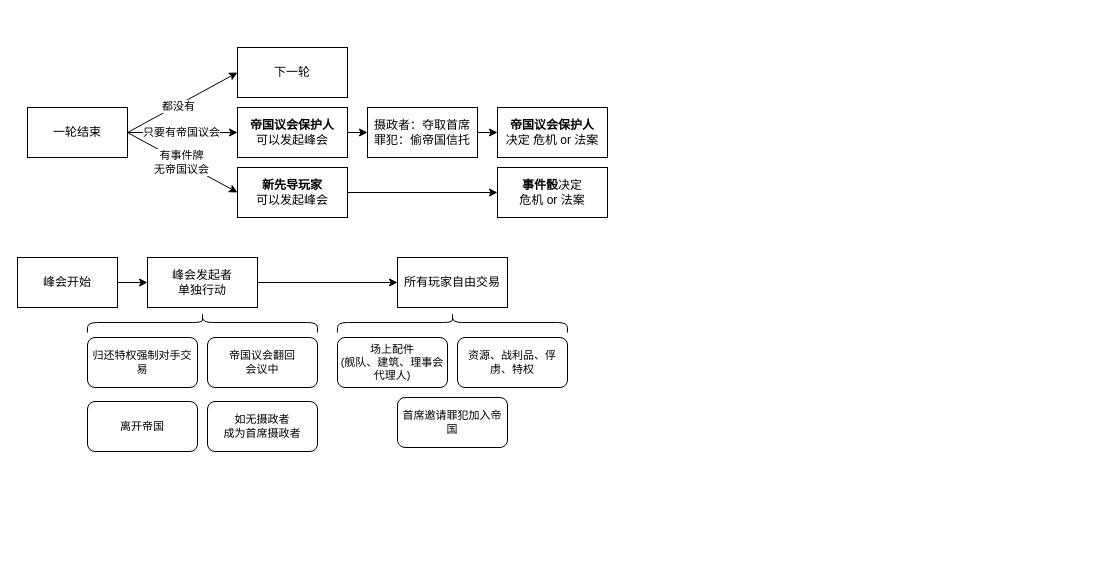
This is Arcs_CC.drawio from Ubinya/project_ax, a draw.io file, before an edit. Source tidied: cells renumbered, new cells numbered last; positions are measured from the earlier drawing's top-left corner, leaving out a move shared by most shapes. Both pictures are drawn from the tidied source at 100%, with x=0, y=0 at pixel (17, 47).
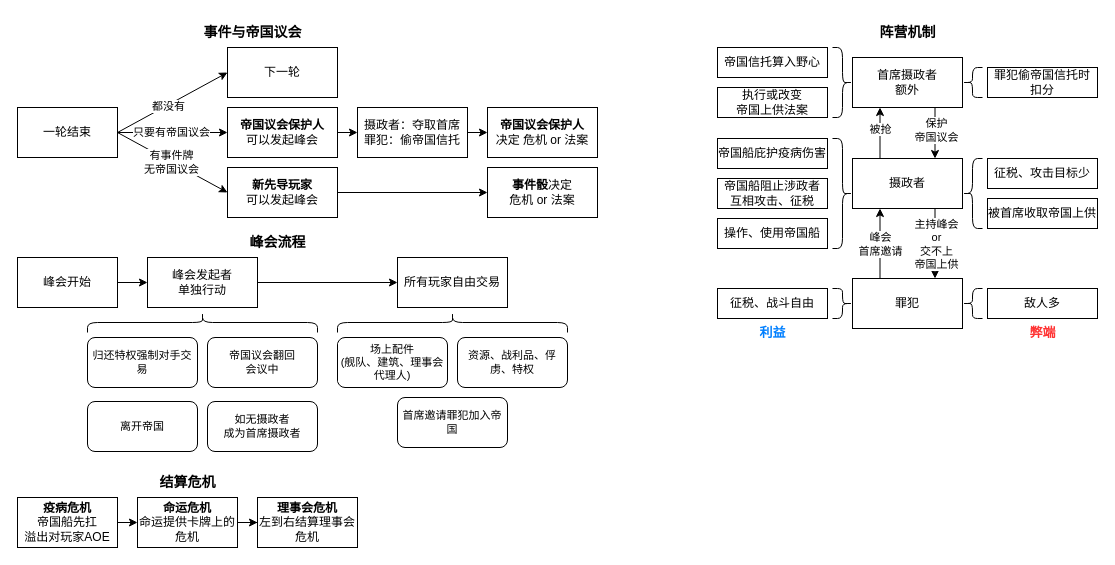
Above is the later version.

Change to the diagram source:
```diff
@@
     <mxCell id="6" value="一轮结束" style="whiteSpace=wrap;html=1;" parent="1" vertex="1">
-      <mxGeometry x="10" y="60" width="100" height="50" as="geometry" />
+      <mxGeometry y="60" width="100" height="50" as="geometry" />
     </mxCell>
     <mxCell id="7" value="下一轮" style="whiteSpace=wrap;html=1;" parent="1" vertex="1">
-      <mxGeometry x="220" width="110" height="50" as="geometry" />
+      <mxGeometry x="210" width="110" height="50" as="geometry" />
     </mxCell>
@@
     <mxCell id="11" value="&lt;b&gt;新先导玩家&lt;/b&gt;&lt;div&gt;可以发起峰会&lt;/div&gt;" style="whiteSpace=wrap;html=1;" parent="1" vertex="1">
-      <mxGeometry x="220" y="120" width="110" height="50" as="geometry" />
+      <mxGeometry x="210" y="120" width="110" height="50" as="geometry" />
     </mxCell>
     <mxCell id="12" value="&lt;b&gt;事件骰&lt;/b&gt;决定&lt;div&gt;危机 or 法案&lt;/div&gt;" style="whiteSpace=wrap;html=1;" parent="1" vertex="1">
-      <mxGeometry x="480" y="120" width="110" height="50" as="geometry" />
+      <mxGeometry x="470" y="120" width="110" height="50" as="geometry" />
     </mxCell>
@@
     <mxCell id="14" value="&lt;b&gt;帝国议会保护人&lt;/b&gt;&lt;div&gt;可以发起峰会&lt;/div&gt;" style="whiteSpace=wrap;html=1;" parent="1" vertex="1">
-      <mxGeometry x="220" y="60" width="110" height="50" as="geometry" />
+      <mxGeometry x="210" y="60" width="110" height="50" as="geometry" />
     </mxCell>
     <mxCell id="15" value="&lt;b&gt;帝国议会保护人&lt;/b&gt;&lt;div&gt;决定 危机 or 法案&lt;/div&gt;" style="whiteSpace=wrap;html=1;" parent="1" vertex="1">
-      <mxGeometry x="480" y="60" width="110" height="50" as="geometry" />
+      <mxGeometry x="470" y="60" width="110" height="50" as="geometry" />
     </mxCell>
@@
     <mxCell id="17" value="摄政者：夺取首席&lt;div&gt;罪犯：偷帝国信托&lt;/div&gt;" style="whiteSpace=wrap;html=1;" parent="1" vertex="1">
-      <mxGeometry x="350" y="60" width="110" height="50" as="geometry" />
+      <mxGeometry x="340" y="60" width="110" height="50" as="geometry" />
     </mxCell>
@@
+    <mxCell id="32" value="峰会流程" style="text;html=1;align=center;verticalAlign=middle;strokeColor=none;fillColor=none;fontSize=14;fontStyle=1;" parent="1" vertex="1">
+      <mxGeometry x="220" y="180" width="80" height="30" as="geometry" />
+    </mxCell>
+    <mxCell id="33" value="事件与帝国议会" style="text;html=1;align=center;verticalAlign=middle;strokeColor=none;fillColor=none;fontSize=14;fontStyle=1;" parent="1" vertex="1">
+      <mxGeometry x="175" y="-30" width="120" height="30" as="geometry" />
+    </mxCell>
+    <mxCell id="34" value="阵营机制" style="text;html=1;align=center;verticalAlign=middle;strokeColor=none;fillColor=none;fontSize=14;fontStyle=1;" parent="1" vertex="1">
+      <mxGeometry x="850" y="-30" width="80" height="30" as="geometry" />
+    </mxCell>
+    <mxCell id="35" style="edgeStyle=orthogonalEdgeStyle;rounded=0;jettySize=auto;html=1;exitX=0.75;exitY=1;exitDx=0;exitDy=0;entryX=0.75;entryY=0;entryDx=0;entryDy=0;" parent="1" edge="1" source="39" target="50">
+      <mxGeometry relative="1" as="geometry" />
+    </mxCell>
+    <mxCell id="36" value="主持峰会&lt;div&gt;or&lt;/div&gt;&lt;div&gt;交不上&lt;/div&gt;&lt;div&gt;帝国上供&lt;/div&gt;" style="edgeLabel;html=1;align=center;verticalAlign=middle;" parent="35" vertex="1">
+      <mxGeometry x="-0.26" y="1" relative="1" as="geometry">
+        <mxPoint y="9" as="offset" />
+      </mxGeometry>
+    </mxCell>
+    <mxCell id="37" style="edgeStyle=orthogonalEdgeStyle;rounded=0;jettySize=auto;html=1;exitX=0.25;exitY=0;exitDx=0;exitDy=0;entryX=0.25;entryY=1;entryDx=0;entryDy=0;" parent="1" edge="1" source="39" target="46">
+      <mxGeometry relative="1" as="geometry" />
+    </mxCell>
+    <mxCell id="38" value="被抢" style="edgeLabel;html=1;align=center;verticalAlign=middle;" parent="37" vertex="1">
+      <mxGeometry x="0.17" relative="1" as="geometry" />
+    </mxCell>
+    <mxCell id="39" value="摄政者" style="whiteSpace=wrap;html=1;" parent="1" vertex="1">
+      <mxGeometry x="835" y="111" width="110" height="50" as="geometry" />
+    </mxCell>
+    <mxCell id="40" value="利益" style="text;html=1;align=center;verticalAlign=middle;strokeColor=none;fillColor=none;fontSize=13;fontColor=#007FFF;fontStyle=1;" parent="1" vertex="1">
+      <mxGeometry x="730" y="270" width="50" height="30" as="geometry" />
+    </mxCell>
+    <mxCell id="41" value="弊端" style="text;html=1;align=center;verticalAlign=middle;strokeColor=none;fillColor=none;fontSize=13;fontColor=#FF3333;fontStyle=1;" parent="1" vertex="1">
+      <mxGeometry x="1000" y="270" width="50" height="30" as="geometry" />
+    </mxCell>
+    <mxCell id="42" value="帝国船庇护疫病伤害" style="whiteSpace=wrap;html=1;" parent="1" vertex="1">
+      <mxGeometry x="700" y="91" width="110" height="30" as="geometry" />
+    </mxCell>
+    <mxCell id="43" value="帝国船阻止涉政者&lt;div&gt;互相攻击、征税&lt;/div&gt;" style="whiteSpace=wrap;html=1;" parent="1" vertex="1">
+      <mxGeometry x="700" y="131" width="110" height="30" as="geometry" />
+    </mxCell>
+    <mxCell id="44" style="edgeStyle=orthogonalEdgeStyle;rounded=0;jettySize=auto;html=1;exitX=0.75;exitY=1;exitDx=0;exitDy=0;entryX=0.75;entryY=0;entryDx=0;entryDy=0;" parent="1" edge="1" source="46" target="39">
+      <mxGeometry relative="1" as="geometry" />
+    </mxCell>
+    <mxCell id="45" value="保护&lt;div&gt;帝国议会&lt;/div&gt;" style="edgeLabel;html=1;align=center;verticalAlign=middle;" parent="44" vertex="1">
+      <mxGeometry x="-0.15" y="1" relative="1" as="geometry" />
+    </mxCell>
+    <mxCell id="46" value="首席摄政者&lt;div&gt;额外&lt;/div&gt;" style="whiteSpace=wrap;html=1;" parent="1" vertex="1">
+      <mxGeometry x="835" y="10" width="110" height="50" as="geometry" />
+    </mxCell>
+    <mxCell id="47" value="征税、攻击目标少" style="whiteSpace=wrap;html=1;" parent="1" vertex="1">
+      <mxGeometry x="970" y="111" width="110" height="30" as="geometry" />
+    </mxCell>
+    <mxCell id="48" style="edgeStyle=orthogonalEdgeStyle;rounded=0;jettySize=auto;html=1;exitX=0.25;exitY=0;exitDx=0;exitDy=0;entryX=0.25;entryY=1;entryDx=0;entryDy=0;" parent="1" edge="1" source="50" target="39">
+      <mxGeometry relative="1" as="geometry" />
+    </mxCell>
+    <mxCell id="49" value="峰会&lt;div&gt;首席邀请&lt;/div&gt;" style="edgeLabel;html=1;align=center;verticalAlign=middle;" parent="48" vertex="1">
+      <mxGeometry x="-0.06" relative="1" as="geometry">
+        <mxPoint y="-2" as="offset" />
+      </mxGeometry>
+    </mxCell>
+    <mxCell id="50" value="罪犯" style="whiteSpace=wrap;html=1;" parent="1" vertex="1">
+      <mxGeometry x="835" y="231" width="110" height="50" as="geometry" />
+    </mxCell>
+    <mxCell id="51" value="敌人多" style="whiteSpace=wrap;html=1;" parent="1" vertex="1">
+      <mxGeometry x="970" y="241" width="110" height="30" as="geometry" />
+    </mxCell>
+    <mxCell id="52" value="操作、使用帝国船" style="whiteSpace=wrap;html=1;" parent="1" vertex="1">
+      <mxGeometry x="700" y="171" width="110" height="30" as="geometry" />
+    </mxCell>
+    <mxCell id="53" value="征税、战斗自由" style="whiteSpace=wrap;html=1;" parent="1" vertex="1">
+      <mxGeometry x="700" y="241" width="110" height="30" as="geometry" />
+    </mxCell>
+    <mxCell id="54" value="帝国信托算入野心" style="whiteSpace=wrap;html=1;" parent="1" vertex="1">
+      <mxGeometry x="700" width="110" height="30" as="geometry" />
+    </mxCell>
+    <mxCell id="55" value="执行或改变&lt;div&gt;帝国上供法案&lt;/div&gt;" style="whiteSpace=wrap;html=1;" parent="1" vertex="1">
+      <mxGeometry x="700" y="40" width="110" height="30" as="geometry" />
+    </mxCell>
+    <mxCell id="56" style="shape=curlyBracket;whiteSpace=wrap;html=1;rounded=1;labelPosition=left;verticalLabelPosition=middle;align=right;verticalAlign=middle;fontFamily=Helvetica;fontSize=11;fontColor=default;labelBackgroundColor=default;rotation=-180;" parent="1" vertex="1">
+      <mxGeometry x="815" width="20" height="70" as="geometry" />
+    </mxCell>
+    <mxCell id="57" style="shape=curlyBracket;whiteSpace=wrap;html=1;rounded=1;labelPosition=left;verticalLabelPosition=middle;align=right;verticalAlign=middle;fontFamily=Helvetica;fontSize=11;fontColor=default;labelBackgroundColor=default;rotation=-180;" parent="1" vertex="1">
+      <mxGeometry x="815" y="91" width="20" height="110" as="geometry" />
+    </mxCell>
+    <mxCell id="58" value="被首席收取帝国上供" style="whiteSpace=wrap;html=1;" parent="1" vertex="1">
+      <mxGeometry x="970" y="151" width="110" height="30" as="geometry" />
+    </mxCell>
+    <mxCell id="59" style="shape=curlyBracket;whiteSpace=wrap;html=1;rounded=1;labelPosition=left;verticalLabelPosition=middle;align=right;verticalAlign=middle;fontFamily=Helvetica;fontSize=11;fontColor=default;labelBackgroundColor=default;rotation=0;" parent="1" vertex="1">
+      <mxGeometry x="945" y="111" width="20" height="70" as="geometry" />
+    </mxCell>
+    <mxCell id="60" style="shape=curlyBracket;whiteSpace=wrap;html=1;rounded=1;labelPosition=left;verticalLabelPosition=middle;align=right;verticalAlign=middle;fontFamily=Helvetica;fontSize=11;fontColor=default;labelBackgroundColor=default;rotation=0;" parent="1" vertex="1">
+      <mxGeometry x="945" y="241" width="20" height="30" as="geometry" />
+    </mxCell>
+    <mxCell id="61" style="shape=curlyBracket;whiteSpace=wrap;html=1;rounded=1;labelPosition=left;verticalLabelPosition=middle;align=right;verticalAlign=middle;fontFamily=Helvetica;fontSize=11;fontColor=default;labelBackgroundColor=default;rotation=-180;" parent="1" vertex="1">
+      <mxGeometry x="815" y="241" width="20" height="30" as="geometry" />
+    </mxCell>
+    <mxCell id="62" style="shape=curlyBracket;whiteSpace=wrap;html=1;rounded=1;labelPosition=left;verticalLabelPosition=middle;align=right;verticalAlign=middle;fontFamily=Helvetica;fontSize=11;fontColor=default;labelBackgroundColor=default;rotation=0;" parent="1" vertex="1">
+      <mxGeometry x="945" y="20" width="20" height="30" as="geometry" />
+    </mxCell>
+    <mxCell id="63" value="罪犯偷帝国信托时&lt;div&gt;扣分&lt;/div&gt;" style="whiteSpace=wrap;html=1;" parent="1" vertex="1">
+      <mxGeometry x="970" y="20" width="110" height="30" as="geometry" />
+    </mxCell>
+    <mxCell id="64" value="结算危机" style="text;html=1;align=center;verticalAlign=middle;strokeColor=none;fillColor=none;fontSize=14;fontStyle=1;" parent="1" vertex="1">
+      <mxGeometry x="130" y="420" width="80" height="30" as="geometry" />
+    </mxCell>
+    <mxCell id="65" style="edgeStyle=orthogonalEdgeStyle;rounded=0;jettySize=auto;html=1;exitX=1;exitY=0.5;exitDx=0;exitDy=0;entryX=0;entryY=0.5;entryDx=0;entryDy=0;" parent="1" edge="1" source="66" target="68">
+      <mxGeometry relative="1" as="geometry" />
+    </mxCell>
+    <mxCell id="66" value="&lt;b&gt;疫病危机&lt;/b&gt;&lt;div&gt;帝国船先扛&lt;/div&gt;&lt;div&gt;溢出对玩家AOE&lt;/div&gt;" style="whiteSpace=wrap;html=1;" parent="1" vertex="1">
+      <mxGeometry y="450" width="100" height="50" as="geometry" />
+    </mxCell>
+    <mxCell id="67" style="edgeStyle=orthogonalEdgeStyle;rounded=0;jettySize=auto;html=1;exitX=1;exitY=0.5;exitDx=0;exitDy=0;" parent="1" edge="1" source="68" target="69">
+      <mxGeometry relative="1" as="geometry" />
+    </mxCell>
+    <mxCell id="68" value="&lt;b&gt;命运危机&lt;/b&gt;&lt;div&gt;命运提供卡牌上的危机&lt;/div&gt;" style="whiteSpace=wrap;html=1;" parent="1" vertex="1">
+      <mxGeometry x="120" y="450" width="100" height="50" as="geometry" />
+    </mxCell>
+    <mxCell id="69" value="&lt;b&gt;理事会危机&lt;/b&gt;&lt;div&gt;左到右结算理事会危机&lt;/div&gt;" style="whiteSpace=wrap;html=1;" parent="1" vertex="1">
+      <mxGeometry x="240" y="450" width="100" height="50" as="geometry" />
+    </mxCell>
```
